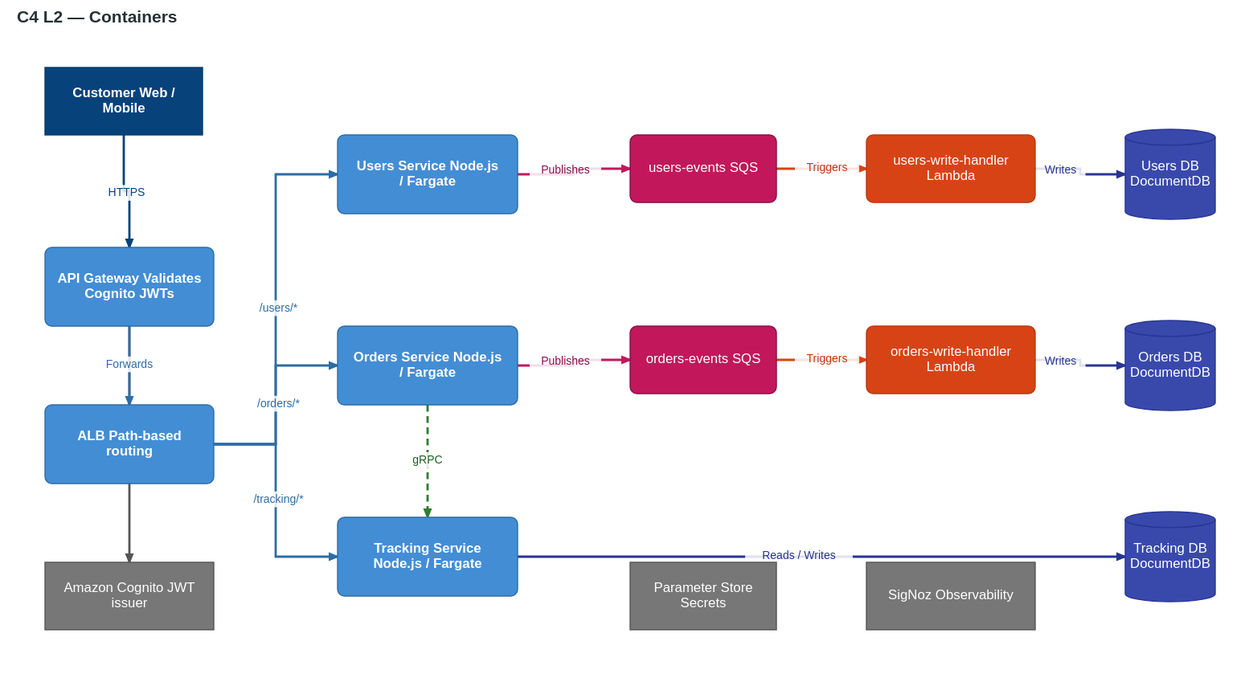
This is docs/00-overview/diagrams/system-context-l2.drawio.svg from je-martinez/3-microservices-running-on-aws-infrastructure, a draw.io export, as it was before one commit. Source tidied: cells renumbered, new cells last; positions are measured from the earlier drawing's top-left corner, leaving out a move shared by most shapes.
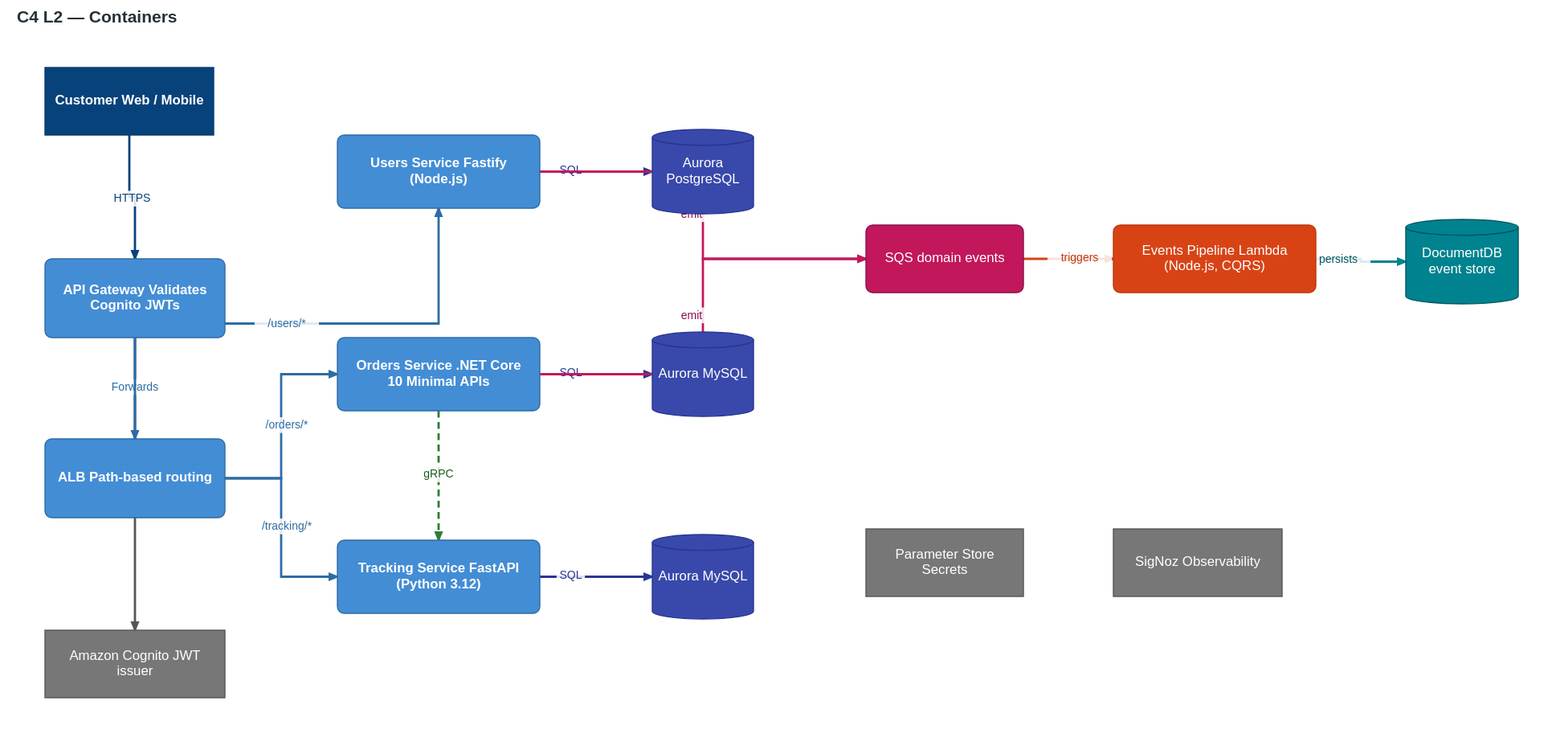
After the change.

Commit message:
docs(vault): fix per-service stacks and persistence in overview

Change to the diagram source:
```diff
@@ -3,52 +3,49 @@
     <mxCell id="0" />
     <mxCell id="1" parent="0" />
     <mxCell id="2" value="Customer&#10;Web / Mobile" style="rounded=0;whiteSpace=wrap;html=1;fillColor=#08427B;strokeColor=#073B6F;fontColor=#ffffff;fontStyle=1;" parent="1" vertex="1">
-      <mxGeometry width="140" height="60" as="geometry" />
+      <mxGeometry width="150" height="60" as="geometry" />
     </mxCell>
     <mxCell id="3" value="API Gateway&#10;Validates Cognito JWTs" style="rounded=1;whiteSpace=wrap;html=1;fillColor=#438DD5;strokeColor=#2E6CA4;fontColor=#ffffff;fontStyle=1;" parent="1" vertex="1">
-      <mxGeometry y="160" width="150" height="70" as="geometry" />
+      <mxGeometry y="170" width="160" height="70" as="geometry" />
     </mxCell>
     <mxCell id="4" value="ALB&#10;Path-based routing" style="rounded=1;whiteSpace=wrap;html=1;fillColor=#438DD5;strokeColor=#2E6CA4;fontColor=#ffffff;fontStyle=1;" parent="1" vertex="1">
-      <mxGeometry y="300" width="150" height="70" as="geometry" />
+      <mxGeometry y="330" width="160" height="70" as="geometry" />
     </mxCell>
     <mxCell id="5" value="Amazon Cognito&#10;JWT issuer" style="rounded=0;whiteSpace=wrap;html=1;fillColor=#777777;strokeColor=#555555;fontColor=#ffffff;" parent="1" vertex="1">
-      <mxGeometry y="440" width="150" height="60" as="geometry" />
+      <mxGeometry y="500" width="160" height="60" as="geometry" />
     </mxCell>
-    <mxCell id="6" value="Users Service&#10;Node.js / Fargate" style="rounded=1;whiteSpace=wrap;html=1;fillColor=#438DD5;strokeColor=#2E6CA4;fontColor=#ffffff;fontStyle=1;" parent="1" vertex="1">
-      <mxGeometry x="260" y="60" width="160" height="70" as="geometry" />
+    <mxCell id="6" value="Users Service&#10;Fastify (Node.js)" style="rounded=1;whiteSpace=wrap;html=1;fillColor=#438DD5;strokeColor=#2E6CA4;fontColor=#ffffff;fontStyle=1;" parent="1" vertex="1">
+      <mxGeometry x="260" y="60" width="180" height="65" as="geometry" />
     </mxCell>
-    <mxCell id="7" value="Orders Service&#10;Node.js / Fargate" style="rounded=1;whiteSpace=wrap;html=1;fillColor=#438DD5;strokeColor=#2E6CA4;fontColor=#ffffff;fontStyle=1;" parent="1" vertex="1">
-      <mxGeometry x="260" y="230" width="160" height="70" as="geometry" />
+    <mxCell id="7" value="Orders Service&#10;.NET Core 10 Minimal APIs" style="rounded=1;whiteSpace=wrap;html=1;fillColor=#438DD5;strokeColor=#2E6CA4;fontColor=#ffffff;fontStyle=1;" parent="1" vertex="1">
+      <mxGeometry x="260" y="240" width="180" height="65" as="geometry" />
     </mxCell>
-    <mxCell id="8" value="Tracking Service&#10;Node.js / Fargate" style="rounded=1;whiteSpace=wrap;html=1;fillColor=#438DD5;strokeColor=#2E6CA4;fontColor=#ffffff;fontStyle=1;" parent="1" vertex="1">
-      <mxGeometry x="260" y="400" width="160" height="70" as="geometry" />
+    <mxCell id="8" value="Tracking Service&#10;FastAPI (Python 3.12)" style="rounded=1;whiteSpace=wrap;html=1;fillColor=#438DD5;strokeColor=#2E6CA4;fontColor=#ffffff;fontStyle=1;" parent="1" vertex="1">
+      <mxGeometry x="260" y="420" width="180" height="65" as="geometry" />
     </mxCell>
-    <mxCell id="9" value="users-events&#10;SQS" style="rounded=1;whiteSpace=wrap;html=1;fillColor=#C2185B;strokeColor=#880E4F;fontColor=#ffffff;" parent="1" vertex="1">
-      <mxGeometry x="520" y="60" width="130" height="60" as="geometry" />
-    </mxCell>
-    <mxCell id="10" value="orders-events&#10;SQS" style="rounded=1;whiteSpace=wrap;html=1;fillColor=#C2185B;strokeColor=#880E4F;fontColor=#ffffff;" parent="1" vertex="1">
-      <mxGeometry x="520" y="230" width="130" height="60" as="geometry" />
-    </mxCell>
-    <mxCell id="11" value="users-write-handler&#10;Lambda" style="rounded=1;whiteSpace=wrap;html=1;fillColor=#D84315;strokeColor=#BF360C;fontColor=#ffffff;" parent="1" vertex="1">
-      <mxGeometry x="730" y="60" width="150" height="60" as="geometry" />
-    </mxCell>
-    <mxCell id="12" value="orders-write-handler&#10;Lambda" style="rounded=1;whiteSpace=wrap;html=1;fillColor=#D84315;strokeColor=#BF360C;fontColor=#ffffff;" parent="1" vertex="1">
-      <mxGeometry x="730" y="230" width="150" height="60" as="geometry" />
-    </mxCell>
-    <mxCell id="13" value="Users DB&#10;DocumentDB" style="shape=cylinder3;whiteSpace=wrap;html=1;fillColor=#3949AB;strokeColor=#283593;fontColor=#ffffff;" parent="1" vertex="1">
-      <mxGeometry x="960" y="55" width="80" height="80" as="geometry" />
+    <mxCell id="13" value="Aurora&#10;PostgreSQL" style="shape=cylinder3;whiteSpace=wrap;html=1;fillColor=#3949AB;strokeColor=#283593;fontColor=#ffffff;" parent="1" vertex="1">
+      <mxGeometry x="540" y="55" width="90" height="75" as="geometry" />
     </mxCell>
-    <mxCell id="14" value="Orders DB&#10;DocumentDB" style="shape=cylinder3;whiteSpace=wrap;html=1;fillColor=#3949AB;strokeColor=#283593;fontColor=#ffffff;" parent="1" vertex="1">
-      <mxGeometry x="960" y="225" width="80" height="80" as="geometry" />
+    <mxCell id="14" value="Aurora&#10;MySQL" style="shape=cylinder3;whiteSpace=wrap;html=1;fillColor=#3949AB;strokeColor=#283593;fontColor=#ffffff;" parent="1" vertex="1">
+      <mxGeometry x="540" y="235" width="90" height="75" as="geometry" />
     </mxCell>
-    <mxCell id="15" value="Tracking DB&#10;DocumentDB" style="shape=cylinder3;whiteSpace=wrap;html=1;fillColor=#3949AB;strokeColor=#283593;fontColor=#ffffff;" parent="1" vertex="1">
-      <mxGeometry x="960" y="395" width="80" height="80" as="geometry" />
+    <mxCell id="15" value="Aurora&#10;MySQL" style="shape=cylinder3;whiteSpace=wrap;html=1;fillColor=#3949AB;strokeColor=#283593;fontColor=#ffffff;" parent="1" vertex="1">
+      <mxGeometry x="540" y="415" width="90" height="75" as="geometry" />
     </mxCell>
+    <mxCell id="32" value="SQS&#10;domain events" style="rounded=1;whiteSpace=wrap;html=1;fillColor=#C2185B;strokeColor=#880E4F;fontColor=#ffffff;" parent="1" vertex="1">
+      <mxGeometry x="730" y="140" width="140" height="60" as="geometry" />
+    </mxCell>
+    <mxCell id="33" value="Events Pipeline&#10;Lambda (Node.js, CQRS)" style="rounded=1;whiteSpace=wrap;html=1;fillColor=#D84315;strokeColor=#BF360C;fontColor=#ffffff;" parent="1" vertex="1">
+      <mxGeometry x="950" y="140" width="180" height="60" as="geometry" />
+    </mxCell>
+    <mxCell id="34" value="DocumentDB&#10;event store" style="shape=cylinder3;whiteSpace=wrap;html=1;fillColor=#00838F;strokeColor=#005662;fontColor=#ffffff;" parent="1" vertex="1">
+      <mxGeometry x="1210" y="135" width="100" height="75" as="geometry" />
+    </mxCell>
     <mxCell id="16" value="Parameter Store&#10;Secrets" style="rounded=0;whiteSpace=wrap;html=1;fillColor=#777777;strokeColor=#555555;fontColor=#ffffff;" parent="1" vertex="1">
-      <mxGeometry x="520" y="440" width="130" height="60" as="geometry" />
+      <mxGeometry x="730" y="410" width="140" height="60" as="geometry" />
     </mxCell>
     <mxCell id="17" value="SigNoz&#10;Observability" style="rounded=0;whiteSpace=wrap;html=1;fillColor=#777777;strokeColor=#555555;fontColor=#ffffff;" parent="1" vertex="1">
-      <mxGeometry x="730" y="440" width="150" height="60" as="geometry" />
+      <mxGeometry x="950" y="410" width="150" height="60" as="geometry" />
     </mxCell>
     <mxCell id="18" value="HTTPS" style="strokeColor=#08427B;fontColor=#08427B;" parent="1" edge="1" source="2" target="3">
       <mxGeometry relative="1" as="geometry" />
@@ -68,29 +65,29 @@
     <mxCell id="23" value="/tracking/*" style="strokeColor=#2E6CA4;fontColor=#2E6CA4;" parent="1" edge="1" source="4" target="8">
       <mxGeometry relative="1" as="geometry" />
     </mxCell>
+    <mxCell id="35" value="SQL" style="strokeColor=#283593;fontColor=#283593;" parent="1" edge="1" source="6" target="13">
+      <mxGeometry relative="1" as="geometry" />
+    </mxCell>
+    <mxCell id="36" value="SQL" style="strokeColor=#283593;fontColor=#283593;" parent="1" edge="1" source="7" target="14">
+      <mxGeometry relative="1" as="geometry" />
+    </mxCell>
+    <mxCell id="31" value="SQL" style="strokeColor=#283593;fontColor=#283593;" parent="1" edge="1" source="8" target="15">
+      <mxGeometry relative="1" as="geometry" />
+    </mxCell>
     <mxCell id="24" value="gRPC" style="dashed=1;strokeColor=#2E7D32;fontColor=#1B5E20;" parent="1" edge="1" source="7" target="8">
       <mxGeometry relative="1" as="geometry" />
     </mxCell>
-    <mxCell id="25" value="Publishes" style="strokeColor=#C2185B;fontColor=#880E4F;" parent="1" edge="1" source="6" target="9">
+    <mxCell id="25" value="emit" style="strokeColor=#C2185B;fontColor=#880E4F;" parent="1" edge="1" source="6" target="32">
       <mxGeometry relative="1" as="geometry" />
     </mxCell>
-    <mxCell id="26" value="Publishes" style="strokeColor=#C2185B;fontColor=#880E4F;" parent="1" edge="1" source="7" target="10">
+    <mxCell id="26" value="emit" style="strokeColor=#C2185B;fontColor=#880E4F;" parent="1" edge="1" source="7" target="32">
       <mxGeometry relative="1" as="geometry" />
     </mxCell>
-    <mxCell id="27" value="Triggers" style="strokeColor=#D84315;fontColor=#BF360C;" parent="1" edge="1" source="9" target="11">
+    <mxCell id="27" value="triggers" style="strokeColor=#D84315;fontColor=#BF360C;" parent="1" edge="1" source="32" target="33">
       <mxGeometry relative="1" as="geometry" />
     </mxCell>
-    <mxCell id="28" value="Triggers" style="strokeColor=#D84315;fontColor=#BF360C;" parent="1" edge="1" source="10" target="12">
+    <mxCell id="28" value="persists" style="strokeColor=#00838F;fontColor=#005662;" parent="1" edge="1" source="33" target="34">
       <mxGeometry relative="1" as="geometry" />
     </mxCell>
-    <mxCell id="29" value="Writes" style="strokeColor=#283593;fontColor=#283593;" parent="1" edge="1" source="11" target="13">
-      <mxGeometry relative="1" as="geometry" />
-    </mxCell>
-    <mxCell id="30" value="Writes" style="strokeColor=#283593;fontColor=#283593;" parent="1" edge="1" source="12" target="14">
-      <mxGeometry relative="1" as="geometry" />
-    </mxCell>
-    <mxCell id="31" value="Reads / Writes" style="strokeColor=#283593;fontColor=#283593;" parent="1" edge="1" source="8" target="15">
-      <mxGeometry relative="1" as="geometry" />
-    </mxCell>
   </root>
 </mxGraphModel>
```
